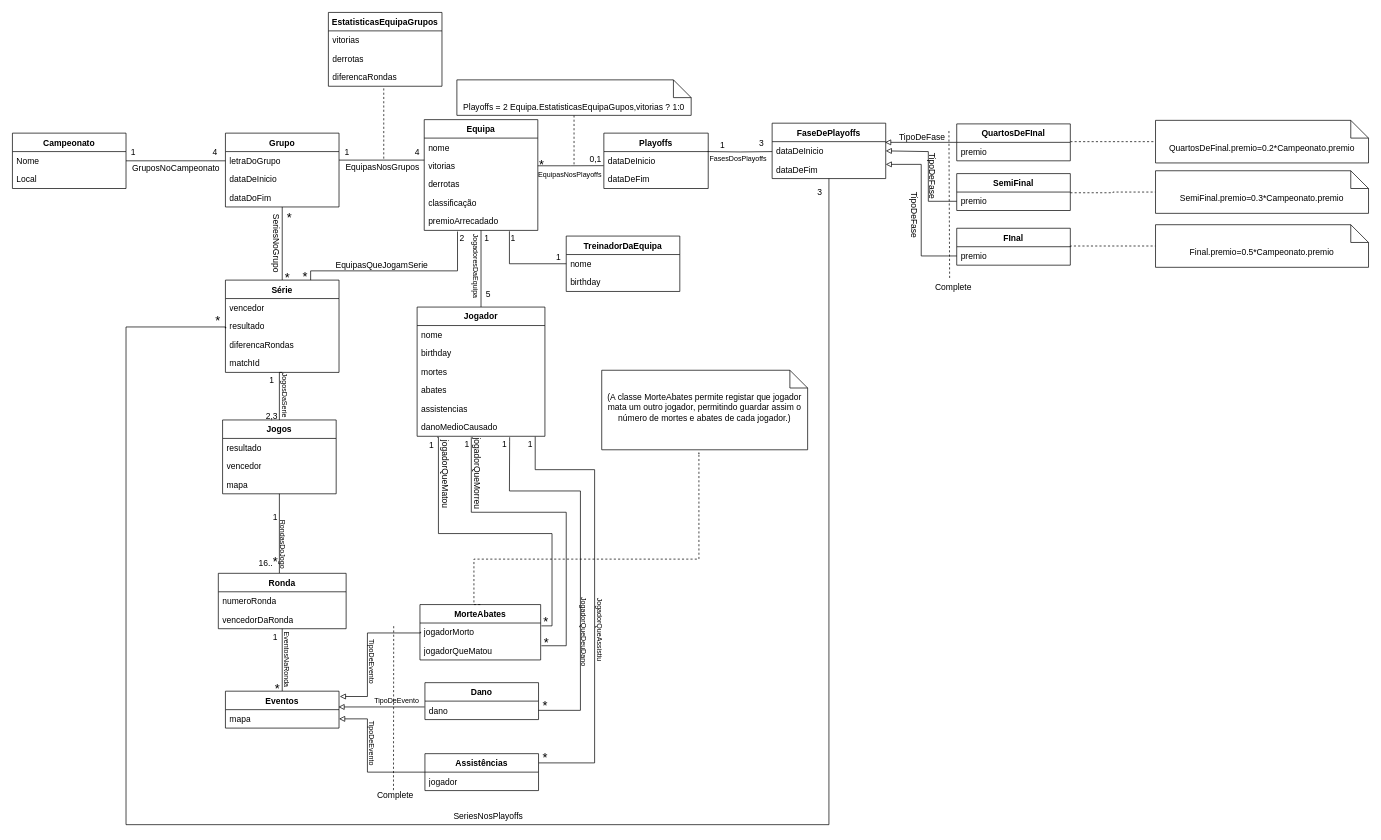
This is CampeonatoCS.drawio from esperaumbocado/Project_BD, a draw.io file, before an edit. Source tidied: cells renumbered, new cells numbered last; positions are measured from the earlier drawing's top-left corner, leaving out a move shared by most shapes. Both pictures are drawn from the tidied source at 71%, with x=0, y=0 at pixel (12, 12).
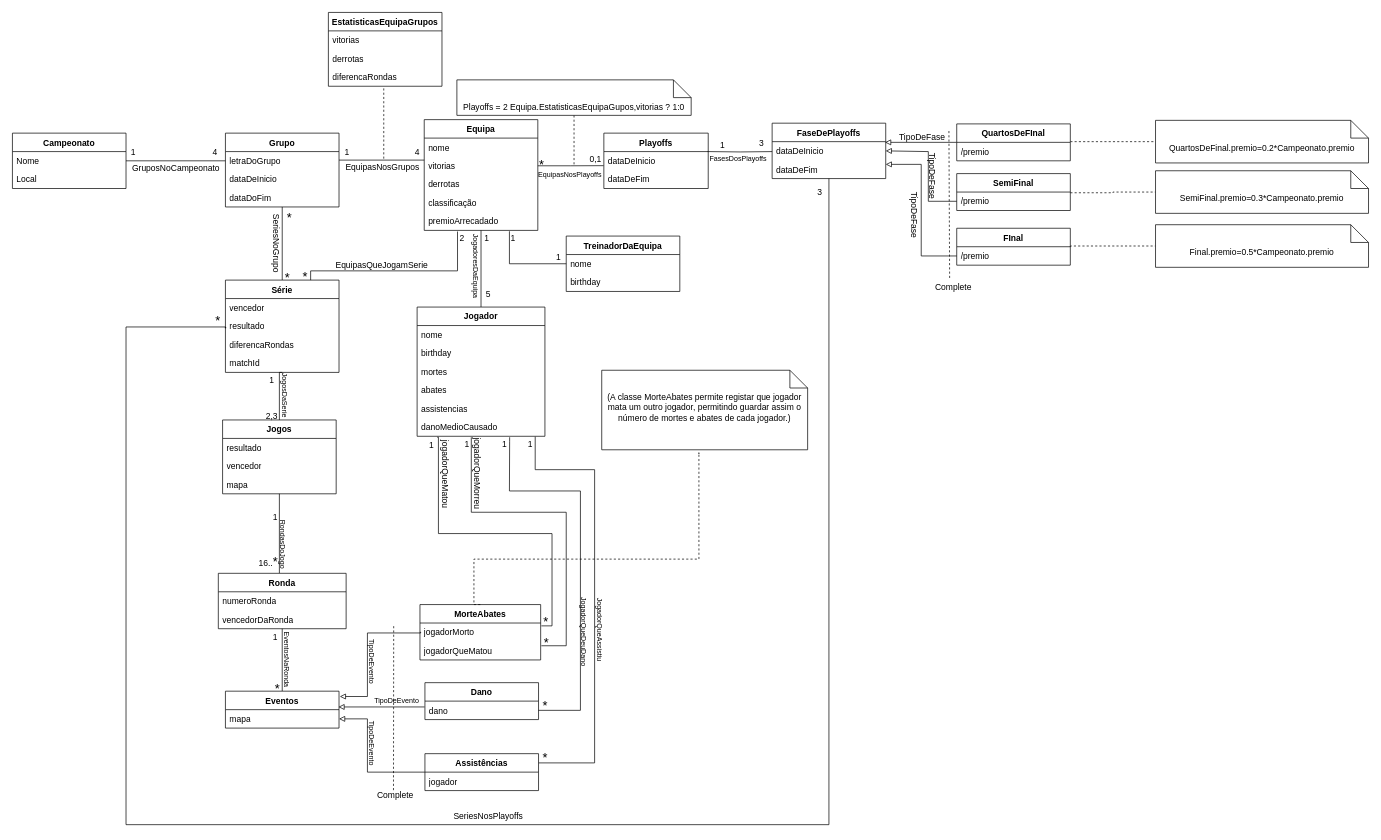
Above is the later version.

The change refers to these unchanged cells:
```xml
<mxCell id="94" value="QuartosDeFInal" style="swimlane;fontStyle=1;align=center;verticalAlign=top;horizontal=1;startSize=26;whiteSpace=wrap;html=1;labelBackgroundColor=none;" parent="1" vertex="1">
  <mxGeometry x="1330" y="157" width="160" height="52" as="geometry" />
</mxCell>
<mxCell id="96" value="SemiFinal" style="swimlane;fontStyle=1;align=center;verticalAlign=top;horizontal=1;startSize=26;whiteSpace=wrap;html=1;labelBackgroundColor=none;" parent="1" vertex="1">
  <mxGeometry x="1330" y="227" width="160" height="52" as="geometry" />
</mxCell>
<mxCell id="98" value="FInal" style="swimlane;fontStyle=1;align=center;verticalAlign=top;horizontal=1;startSize=26;whiteSpace=wrap;html=1;labelBackgroundColor=none;" parent="1" vertex="1">
  <mxGeometry x="1330" y="304" width="160" height="52" as="geometry" />
</mxCell>
```

Diff of the diagram source:
```diff
@@
-    <mxCell id="95" value="premio" style="text;fillColor=none;align=left;verticalAlign=top;spacingLeft=4;spacingRight=4;overflow=hidden;whiteSpace=wrap;html=1;labelBackgroundColor=none;" parent="94" vertex="1">
+    <mxCell id="95" value="/premio" style="text;fillColor=none;align=left;verticalAlign=top;spacingLeft=4;spacingRight=4;overflow=hidden;whiteSpace=wrap;html=1;labelBackgroundColor=none;" parent="94" vertex="1">
       <mxGeometry y="26" width="160" height="26" as="geometry" />
     </mxCell>
@@
-    <mxCell id="97" value="premio" style="text;fillColor=none;align=left;verticalAlign=top;spacingLeft=4;spacingRight=4;overflow=hidden;points=[[0,0.5],[1,0.5]];portConstraint=eastwest;whiteSpace=wrap;html=1;labelBackgroundColor=none;" parent="96" vertex="1">
+    <mxCell id="97" value="/premio" style="text;fillColor=none;align=left;verticalAlign=top;spacingLeft=4;spacingRight=4;overflow=hidden;points=[[0,0.5],[1,0.5]];portConstraint=eastwest;whiteSpace=wrap;html=1;labelBackgroundColor=none;" parent="96" vertex="1">
       <mxGeometry y="26" width="160" height="26" as="geometry" />
     </mxCell>
@@
-    <mxCell id="99" value="premio" style="text;fillColor=none;align=left;verticalAlign=top;spacingLeft=4;spacingRight=4;overflow=hidden;points=[[0,0.5],[1,0.5]];portConstraint=eastwest;whiteSpace=wrap;html=1;labelBackgroundColor=none;" parent="98" vertex="1">
+    <mxCell id="99" value="/premio" style="text;fillColor=none;align=left;verticalAlign=top;spacingLeft=4;spacingRight=4;overflow=hidden;points=[[0,0.5],[1,0.5]];portConstraint=eastwest;whiteSpace=wrap;html=1;labelBackgroundColor=none;" parent="98" vertex="1">
       <mxGeometry y="26" width="160" height="26" as="geometry" />
     </mxCell>
```
